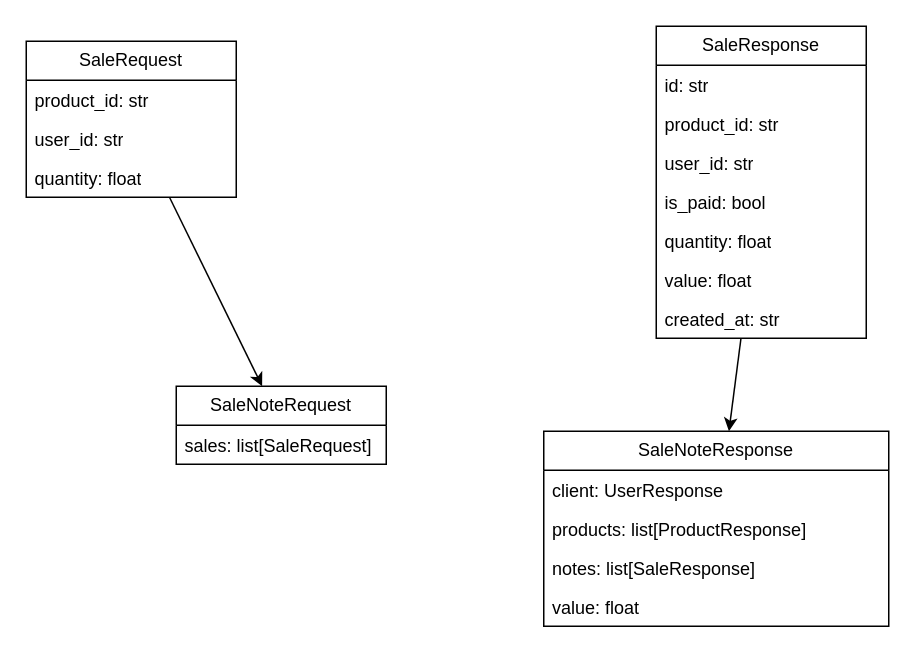
Earlier version of the draw.io diagram page "sale" (4 of 4) of docs/api.drawio (mauriciobenjamin700/bakery-system-api). Source tidied: cells renumbered, new cells numbered last; positions are measured from the earlier drawing's top-left corner, leaving out a move shared by most shapes. Both pictures are drawn from the tidied source at 150%, with x=0, y=0 at pixel (26, 26).
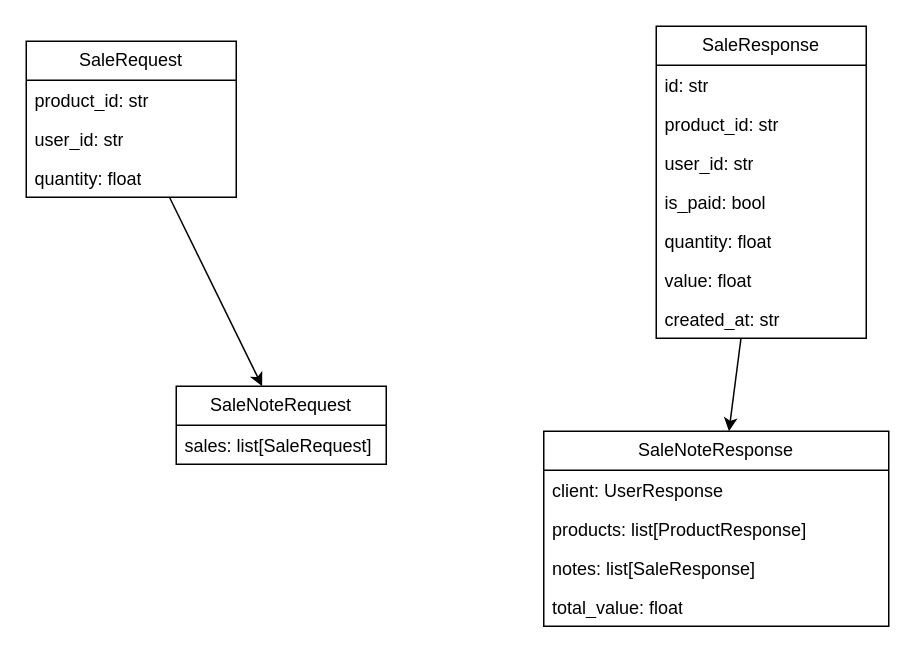
Above is the later version.

The change refers to these unchanged cells:
```xml
<mxCell id="18" value="SaleNoteResponse" style="swimlane;fontStyle=0;horizontal=1;startSize=26;fillColor=none;whiteSpace=wrap;html=1;" parent="1" vertex="1">
  <mxGeometry x="345" y="270" width="230" height="130" as="geometry" />
</mxCell>
```

What changed in the source:
```diff
@@
-    <mxCell id="22" value="value: float" style="text;strokeColor=none;fillColor=none;align=left;verticalAlign=top;spacingLeft=4;spacingRight=4;overflow=hidden;whiteSpace=wrap;html=1;" parent="18" vertex="1">
+    <mxCell id="22" value="total_value: float" style="text;strokeColor=none;fillColor=none;align=left;verticalAlign=top;spacingLeft=4;spacingRight=4;overflow=hidden;whiteSpace=wrap;html=1;" parent="18" vertex="1">
       <mxGeometry y="104" width="230" height="26" as="geometry" />
     </mxCell>
```
